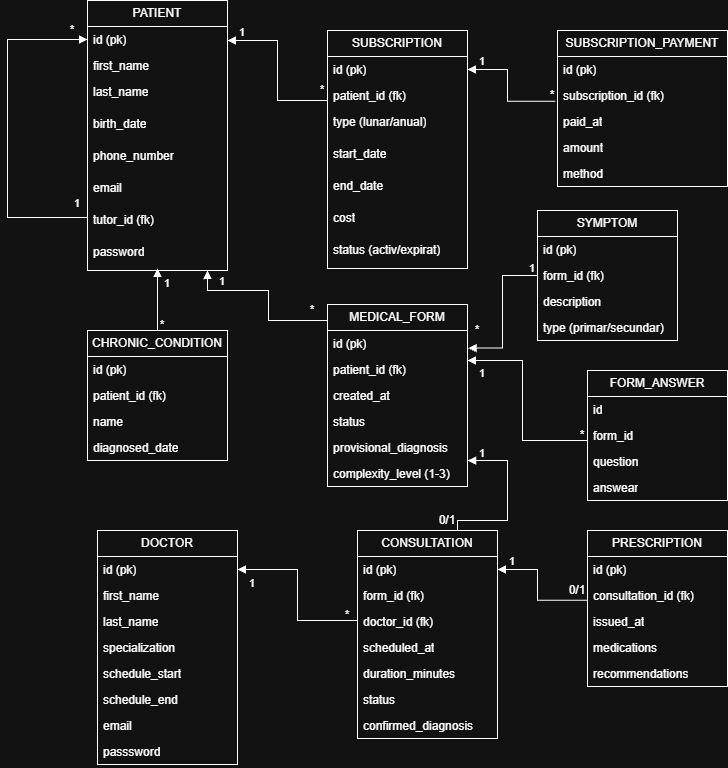
Before: diagrama.drawio.png, a diagram exported from draw.io (sara-giulia/Proiect_PSGBD). Source tidied: cells renumbered, new cells last; positions are measured from the earlier drawing's top-left corner, leaving out a move shared by most shapes.
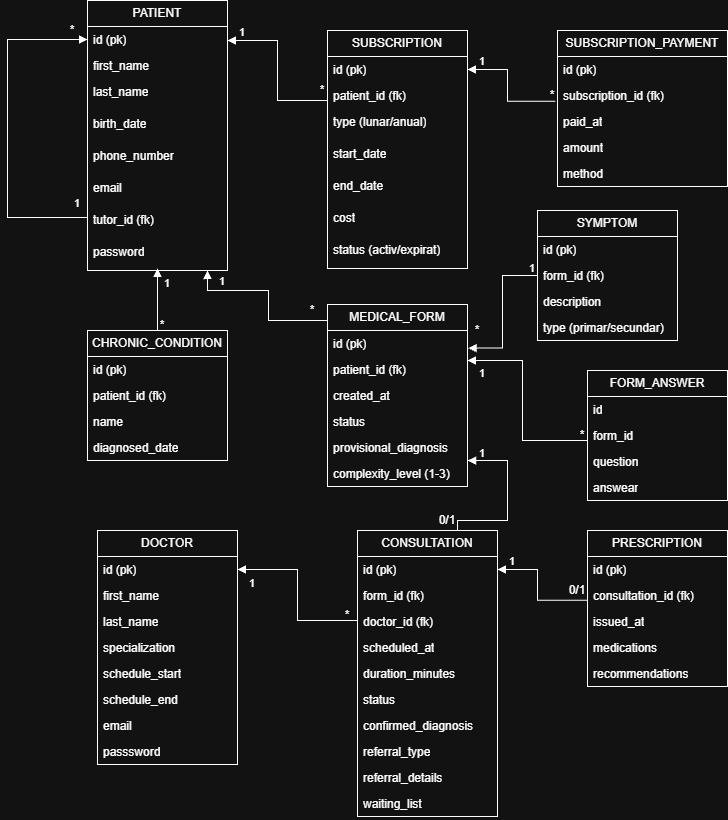
After the commit.

What changed in the source:
```diff
@@ -150,7 +150,7 @@
       <mxGeometry y="208" width="140" height="26" as="geometry" />
     </mxCell>
     <mxCell id="51" value="CONSULTATION" style="swimlane;fontStyle=0;horizontal=1;startSize=26;fillColor=none;whiteSpace=wrap;html=1;" parent="1" vertex="1">
-      <mxGeometry x="350" y="530" width="140" height="208" as="geometry" />
+      <mxGeometry x="350" y="530" width="140" height="286" as="geometry" />
     </mxCell>
     <mxCell id="52" value="id (pk)" style="text;strokeColor=none;fillColor=none;align=left;verticalAlign=top;spacingLeft=4;spacingRight=4;overflow=hidden;points=[[0,0.5],[1,0.5]];portConstraint=eastwest;whiteSpace=wrap;html=1;" parent="51" vertex="1">
       <mxGeometry y="26" width="140" height="26" as="geometry" />
@@ -173,6 +173,15 @@
     <mxCell id="58" value="confirmed_diagnosis" style="text;strokeColor=none;fillColor=none;align=left;verticalAlign=top;spacingLeft=4;spacingRight=4;overflow=hidden;whiteSpace=wrap;html=1;" parent="51" vertex="1">
       <mxGeometry y="182" width="140" height="26" as="geometry" />
     </mxCell>
+    <mxCell id="100" value="referral_type" style="text;strokeColor=none;fillColor=none;align=left;verticalAlign=top;spacingLeft=4;spacingRight=4;overflow=hidden;whiteSpace=wrap;html=1;" parent="51" vertex="1">
+      <mxGeometry y="208" width="140" height="26" as="geometry" />
+    </mxCell>
+    <mxCell id="101" value="referral_details" style="text;strokeColor=none;fillColor=none;align=left;verticalAlign=top;spacingLeft=4;spacingRight=4;overflow=hidden;whiteSpace=wrap;html=1;" parent="51" vertex="1">
+      <mxGeometry y="234" width="140" height="26" as="geometry" />
+    </mxCell>
+    <mxCell id="102" value="waiting_list" style="text;strokeColor=none;fillColor=none;align=left;verticalAlign=top;spacingLeft=4;spacingRight=4;overflow=hidden;whiteSpace=wrap;html=1;" parent="51" vertex="1">
+      <mxGeometry y="260" width="140" height="26" as="geometry" />
+    </mxCell>
     <mxCell id="59" value="PRESCRIPTION" style="swimlane;fontStyle=0;horizontal=1;startSize=26;fillColor=none;whiteSpace=wrap;html=1;" parent="1" vertex="1">
       <mxGeometry x="580" y="530" width="140" height="156" as="geometry" />
     </mxCell>
```
